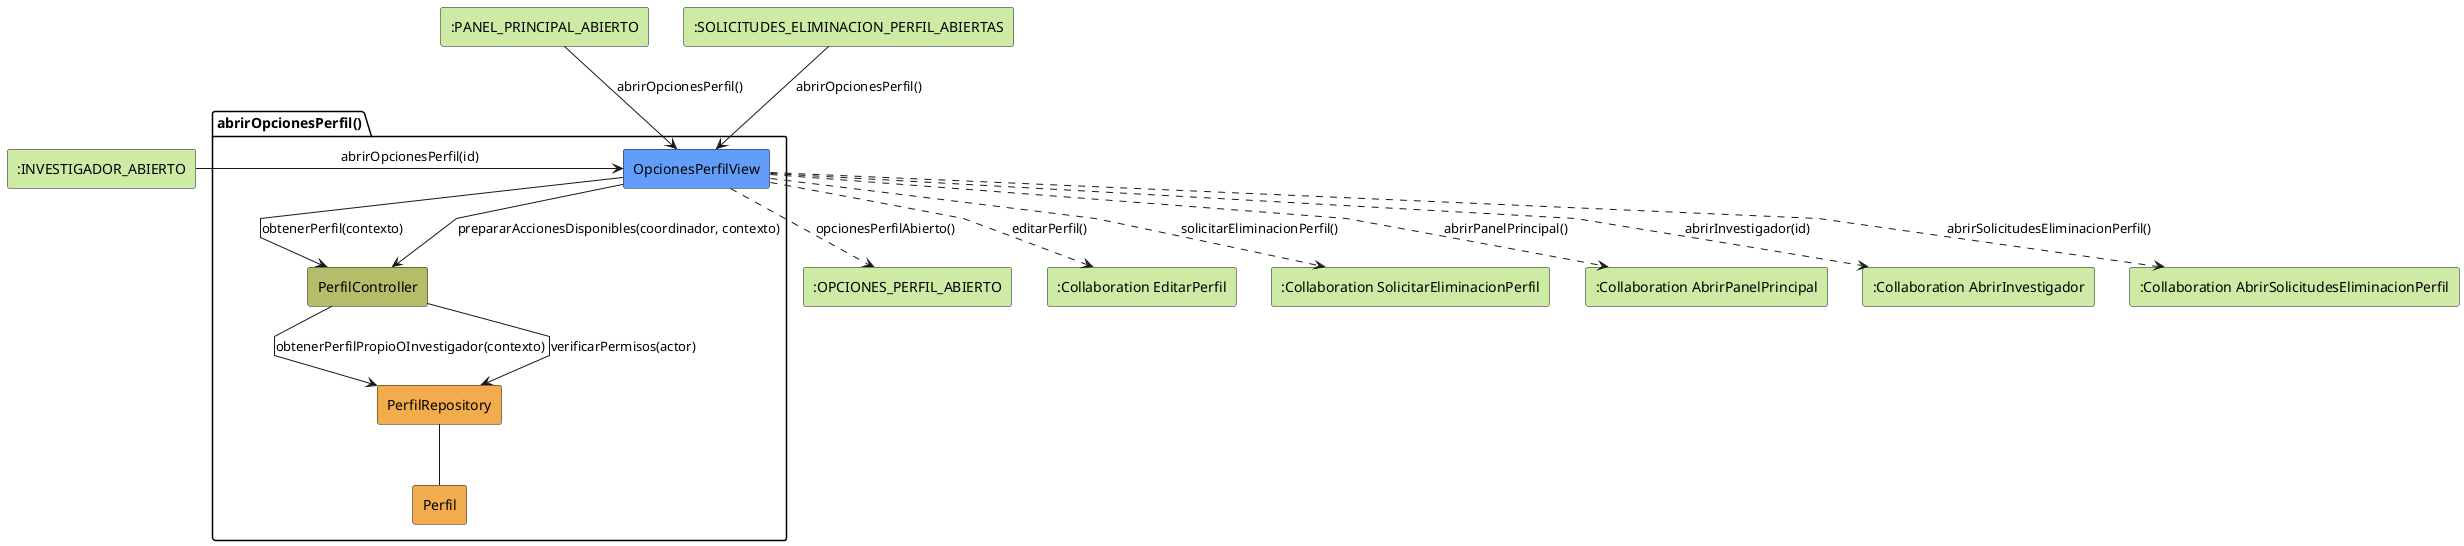
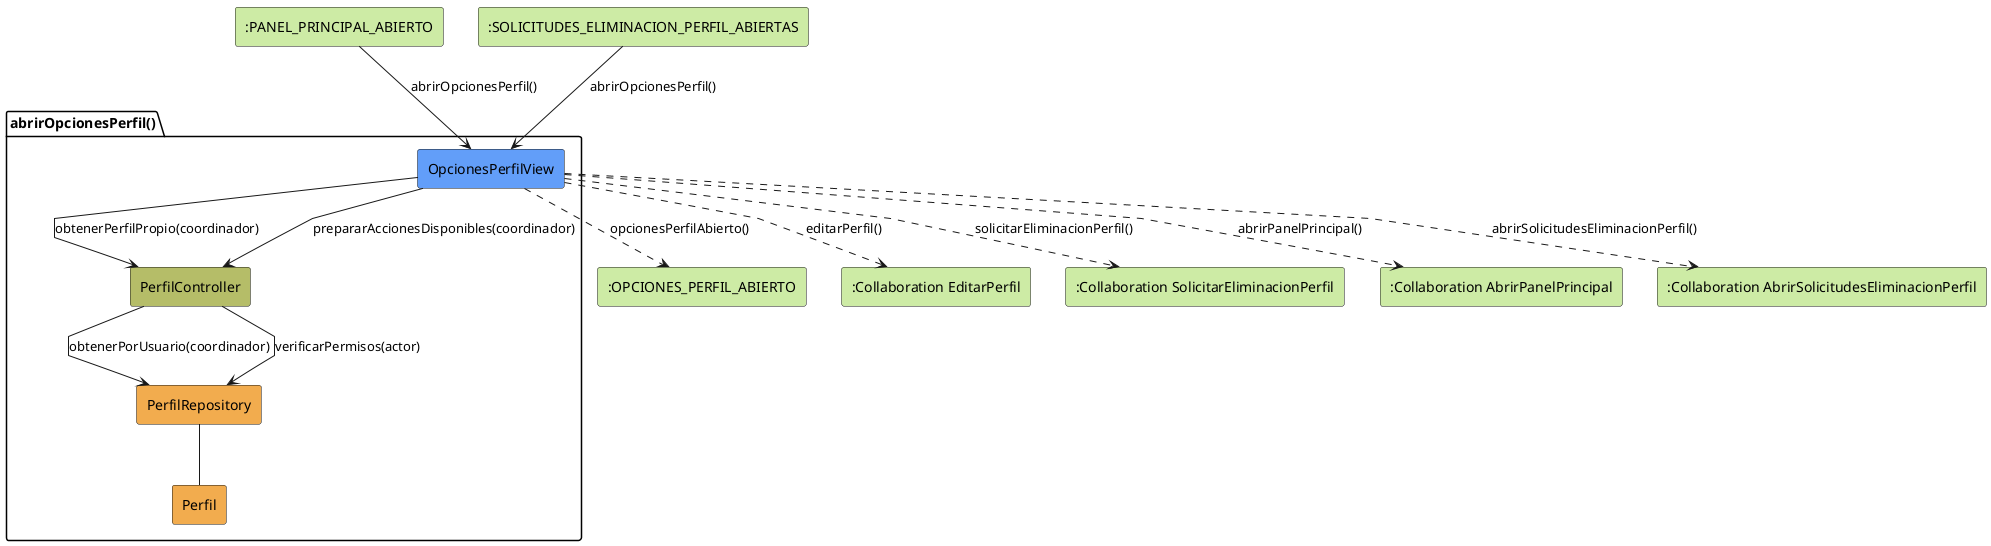
@startuml abrirOpcionesPerfil-analisis
skinparam linetype polyline

- rectangle #CDEBA5 ":INVESTIGADOR_ABIERTO" as EstadoEntradaInvestigador
rectangle #CDEBA5 ":PANEL_PRINCIPAL_ABIERTO" as EstadoEntradaPanel
rectangle #CDEBA5 ":SOLICITUDES_ELIMINACION_PERFIL_ABIERTAS" as EstadoEntradaSolicitudes
package abrirOpcionesPerfil as "abrirOpcionesPerfil()" {
    rectangle #629EF9 OpcionesPerfilView
    rectangle #b5bd68 PerfilController
    rectangle #F2AC4E PerfilRepository
    rectangle #F2AC4E Perfil
}

rectangle #CDEBA5 ":OPCIONES_PERFIL_ABIERTO" as EstadoSalida
rectangle #CDEBA5 ":Collaboration EditarPerfil" as EditarPerfil
rectangle #CDEBA5 ":Collaboration SolicitarEliminacionPerfil" as SolicitarEliminacionPerfil
rectangle #CDEBA5 ":Collaboration AbrirPanelPrincipal" as AbrirPanelPrincipal
- rectangle #CDEBA5 ":Collaboration AbrirInvestigador" as AbrirInvestigador
rectangle #CDEBA5 ":Collaboration AbrirSolicitudesEliminacionPerfil" as AbrirSolicitudesEliminacionPerfil

- EstadoEntradaInvestigador -r-> OpcionesPerfilView: abrirOpcionesPerfil(id)
EstadoEntradaPanel -d-> OpcionesPerfilView: abrirOpcionesPerfil()
EstadoEntradaSolicitudes -d-> OpcionesPerfilView: abrirOpcionesPerfil()

- OpcionesPerfilView -d-> PerfilController: obtenerPerfil(contexto)
- OpcionesPerfilView --> PerfilController: prepararAccionesDisponibles(coordinador, contexto)
- PerfilController --> PerfilRepository: obtenerPerfilPropioOInvestigador(contexto)
+ OpcionesPerfilView -d-> PerfilController: obtenerPerfilPropio(coordinador)
+ OpcionesPerfilView --> PerfilController: prepararAccionesDisponibles(coordinador)
+ PerfilController --> PerfilRepository: obtenerPorUsuario(coordinador)
PerfilController --> PerfilRepository: verificarPermisos(actor)
PerfilRepository -- Perfil
OpcionesPerfilView ..> EstadoSalida: opcionesPerfilAbierto()
OpcionesPerfilView ..> EditarPerfil: editarPerfil()
OpcionesPerfilView ..> SolicitarEliminacionPerfil: solicitarEliminacionPerfil()
OpcionesPerfilView ..> AbrirPanelPrincipal: abrirPanelPrincipal()
- OpcionesPerfilView ..> AbrirInvestigador: abrirInvestigador(id)
OpcionesPerfilView ..> AbrirSolicitudesEliminacionPerfil: abrirSolicitudesEliminacionPerfil()

@enduml
